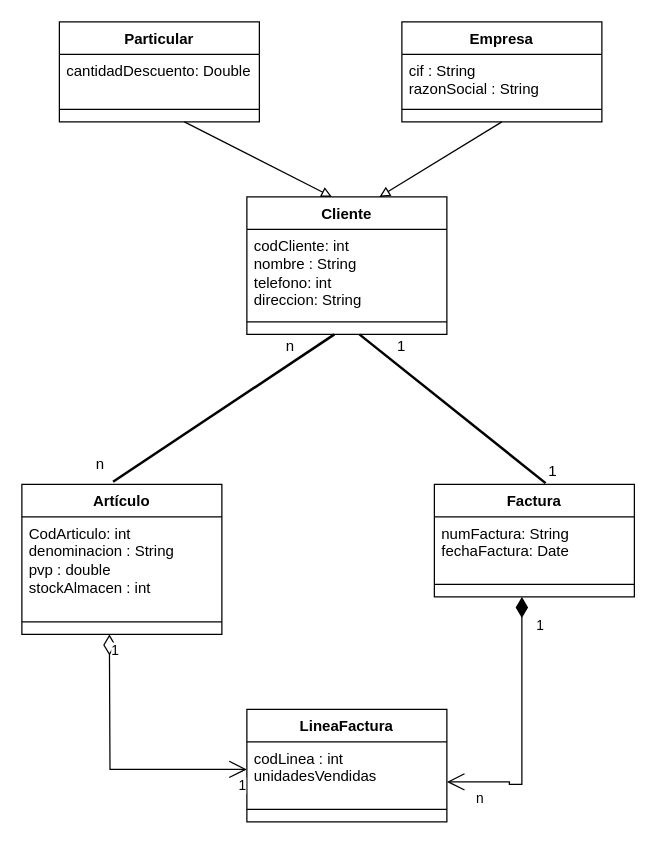
HimarRH/ActividadesEntornos keeps this draw.io diagram as Copy of diagrama_de_clases_relaciones_req1.drawio. Above is the earlier version. Source tidied: cells renumbered, new cells numbered last; positions are measured from the earlier drawing's top-left corner, leaving out a move shared by most shapes. Both pictures are drawn from the tidied source at 125%, with x=0, y=0 at pixel (21, 21).
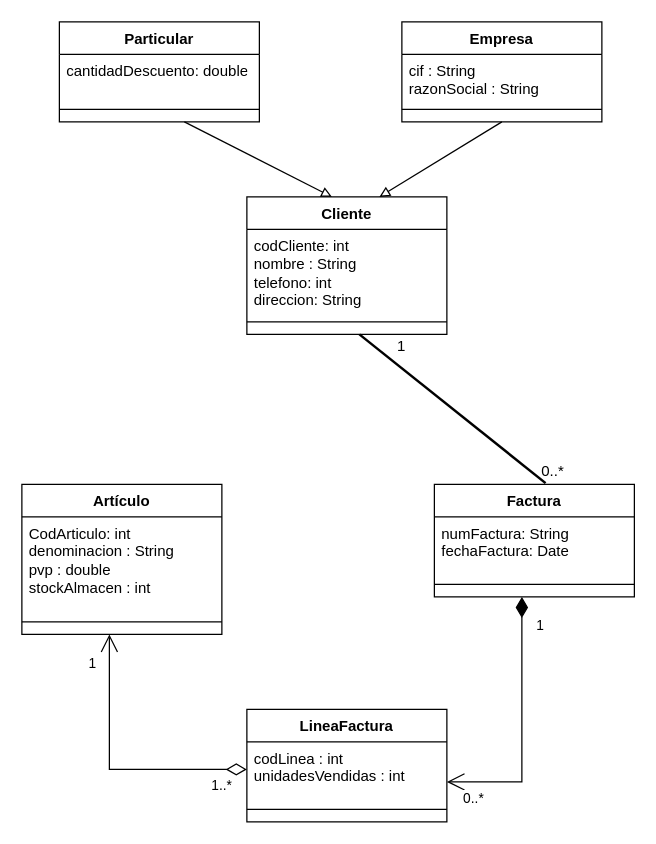
After the change.

Unchanged cells that the change refers to:
```xml
<mxCell id="5" value="Particular" style="swimlane;fontStyle=1;align=center;verticalAlign=top;horizontal=1;startSize=26;whiteSpace=wrap;html=1;" parent="1" vertex="1">
  <mxGeometry x="30" width="160" height="80" as="geometry" />
</mxCell>
<mxCell id="16" value="Artículo" style="swimlane;fontStyle=1;align=center;verticalAlign=top;horizontal=1;startSize=26;whiteSpace=wrap;html=1;" parent="1" vertex="1">
  <mxGeometry y="370" width="160" height="120" as="geometry" />
</mxCell>
<mxCell id="19" value="LineaFactura" style="swimlane;fontStyle=1;align=center;verticalAlign=top;horizontal=1;startSize=26;whiteSpace=wrap;html=1;" parent="1" vertex="1">
  <mxGeometry x="180" y="550" width="160" height="90" as="geometry" />
</mxCell>
```

What changed in the source:
```diff
@@
-    <mxCell id="6" value="&lt;div&gt;cantidadDescuento: Double&lt;/div&gt;" style="text;strokeColor=none;fillColor=none;align=left;verticalAlign=top;spacingLeft=4;spacingRight=4;overflow=hidden;whiteSpace=wrap;html=1;" parent="5" vertex="1">
+    <mxCell id="6" value="&lt;div&gt;cantidadDescuento: double&lt;/div&gt;" style="text;strokeColor=none;fillColor=none;align=left;verticalAlign=top;spacingLeft=4;spacingRight=4;overflow=hidden;whiteSpace=wrap;html=1;" parent="5" vertex="1">
       <mxGeometry y="26" width="160" height="34" as="geometry" />
     </mxCell>
@@
-    <mxCell id="20" value="&lt;div&gt;codLinea : int&lt;/div&gt;&lt;div&gt;unidadesVendidas&lt;br&gt;&lt;/div&gt;" style="text;strokeColor=none;fillColor=none;align=left;verticalAlign=top;spacingLeft=4;spacingRight=4;overflow=hidden;points=[[0,0.5],[1,0.5]];portConstraint=eastwest;whiteSpace=wrap;html=1;" parent="19" vertex="1">
+    <mxCell id="20" value="&lt;div&gt;codLinea : int&lt;/div&gt;&lt;div&gt;unidadesVendidas : int&lt;br&gt;&lt;/div&gt;" style="text;strokeColor=none;fillColor=none;align=left;verticalAlign=top;spacingLeft=4;spacingRight=4;overflow=hidden;points=[[0,0.5],[1,0.5]];portConstraint=eastwest;whiteSpace=wrap;html=1;" parent="19" vertex="1">
       <mxGeometry y="26" width="160" height="44" as="geometry" />
     </mxCell>
@@
     <mxCell id="22" style="endArrow=open;html=1;endSize=12;startArrow=diamondThin;startSize=14;startFill=1;edgeStyle=orthogonalEdgeStyle;rounded=0;" parent="1" edge="1">
       <mxGeometry relative="1" as="geometry">
         <mxPoint x="400" y="460" as="sourcePoint" />
         <mxPoint x="340" y="608" as="targetPoint" />
         <Array as="points">
-          <mxPoint x="400" y="610" />
-          <mxPoint x="390" y="610" />
-          <mxPoint x="390" y="608" />
+          <mxPoint x="400" y="608" />
         </Array>
       </mxGeometry>
     </mxCell>
@@
-    <mxCell id="24" value="n" style="edgeLabel;html=1;align=right;verticalAlign=top;" parent="22" vertex="1">
+    <mxCell id="24" value="0..*" style="edgeLabel;html=1;align=right;verticalAlign=top;" parent="22" vertex="1">
       <mxGeometry x="1" relative="1" as="geometry">
         <mxPoint x="30" as="offset" />
       </mxGeometry>
     </mxCell>
-    <mxCell id="25" style="endArrow=open;html=1;endSize=12;startArrow=diamondThin;startSize=14;startFill=0;edgeStyle=orthogonalEdgeStyle;rounded=0;entryX=0;entryY=0.5;entryDx=0;entryDy=0;" parent="1" edge="1" target="20">
+    <mxCell id="25" style="endArrow=open;html=1;endSize=12;startArrow=diamondThin;startSize=14;startFill=0;edgeStyle=orthogonalEdgeStyle;rounded=0;exitX=0;exitY=0.5;exitDx=0;exitDy=0;" parent="1" edge="1" source="20">
       <mxGeometry relative="1" as="geometry">
-        <mxPoint x="70" y="490" as="sourcePoint" />
+        <mxPoint x="70" y="490" as="targetPoint" />
+        <Array as="points">
+          <mxPoint x="70" y="598" />
+        </Array>
       </mxGeometry>
     </mxCell>
-    <mxCell id="26" value="1" style="edgeLabel;html=1;align=left;verticalAlign=top;" parent="25" vertex="1">
-      <mxGeometry x="-1" relative="1" as="geometry" />
+    <mxCell id="26" value="1..*" style="edgeLabel;html=1;align=left;verticalAlign=top;" parent="25" vertex="1">
+      <mxGeometry x="-1" relative="1" as="geometry">
+        <mxPoint x="-30" as="offset" />
+      </mxGeometry>
     </mxCell>
     <mxCell id="27" value="1" style="edgeLabel;html=1;align=right;verticalAlign=top;" parent="25" vertex="1">
-      <mxGeometry x="1" relative="1" as="geometry" />
+      <mxGeometry x="1" relative="1" as="geometry">
+        <mxPoint x="-10" y="10" as="offset" />
+      </mxGeometry>
     </mxCell>
-    <mxCell id="28" style="endArrow=none;startArrow=none;endFill=0;startFill=0;endSize=8;html=1;verticalAlign=bottom;labelBackgroundColor=none;strokeWidth=2;rounded=0;exitX=0.456;exitY=-0.017;exitDx=0;exitDy=0;exitPerimeter=0;" parent="1" edge="1" source="16">
-      <mxGeometry relative="1" as="geometry">
-        <mxPoint x="250" y="250" as="targetPoint" />
-      </mxGeometry>
-    </mxCell>
-    <mxCell id="29" value="n" style="text;strokeColor=none;align=center;fillColor=none;html=1;verticalAlign=middle;whiteSpace=wrap;rounded=0;" parent="1" vertex="1">
-      <mxGeometry x="200" y="250" width="30" height="20" as="geometry" />
-    </mxCell>
-    <mxCell id="30" value="n" style="text;strokeColor=none;align=center;fillColor=none;html=1;verticalAlign=middle;whiteSpace=wrap;rounded=0;" parent="1" vertex="1">
-      <mxGeometry x="48" y="344" width="30" height="20" as="geometry" />
-    </mxCell>
@@
-    <mxCell id="33" value="1" style="text;strokeColor=none;align=center;fillColor=none;html=1;verticalAlign=middle;whiteSpace=wrap;rounded=0;" parent="1" vertex="1">
+    <mxCell id="33" value="0..*" style="text;strokeColor=none;align=center;fillColor=none;html=1;verticalAlign=middle;whiteSpace=wrap;rounded=0;" parent="1" vertex="1">
       <mxGeometry x="410" y="350" width="30" height="20" as="geometry" />
     </mxCell>
```
